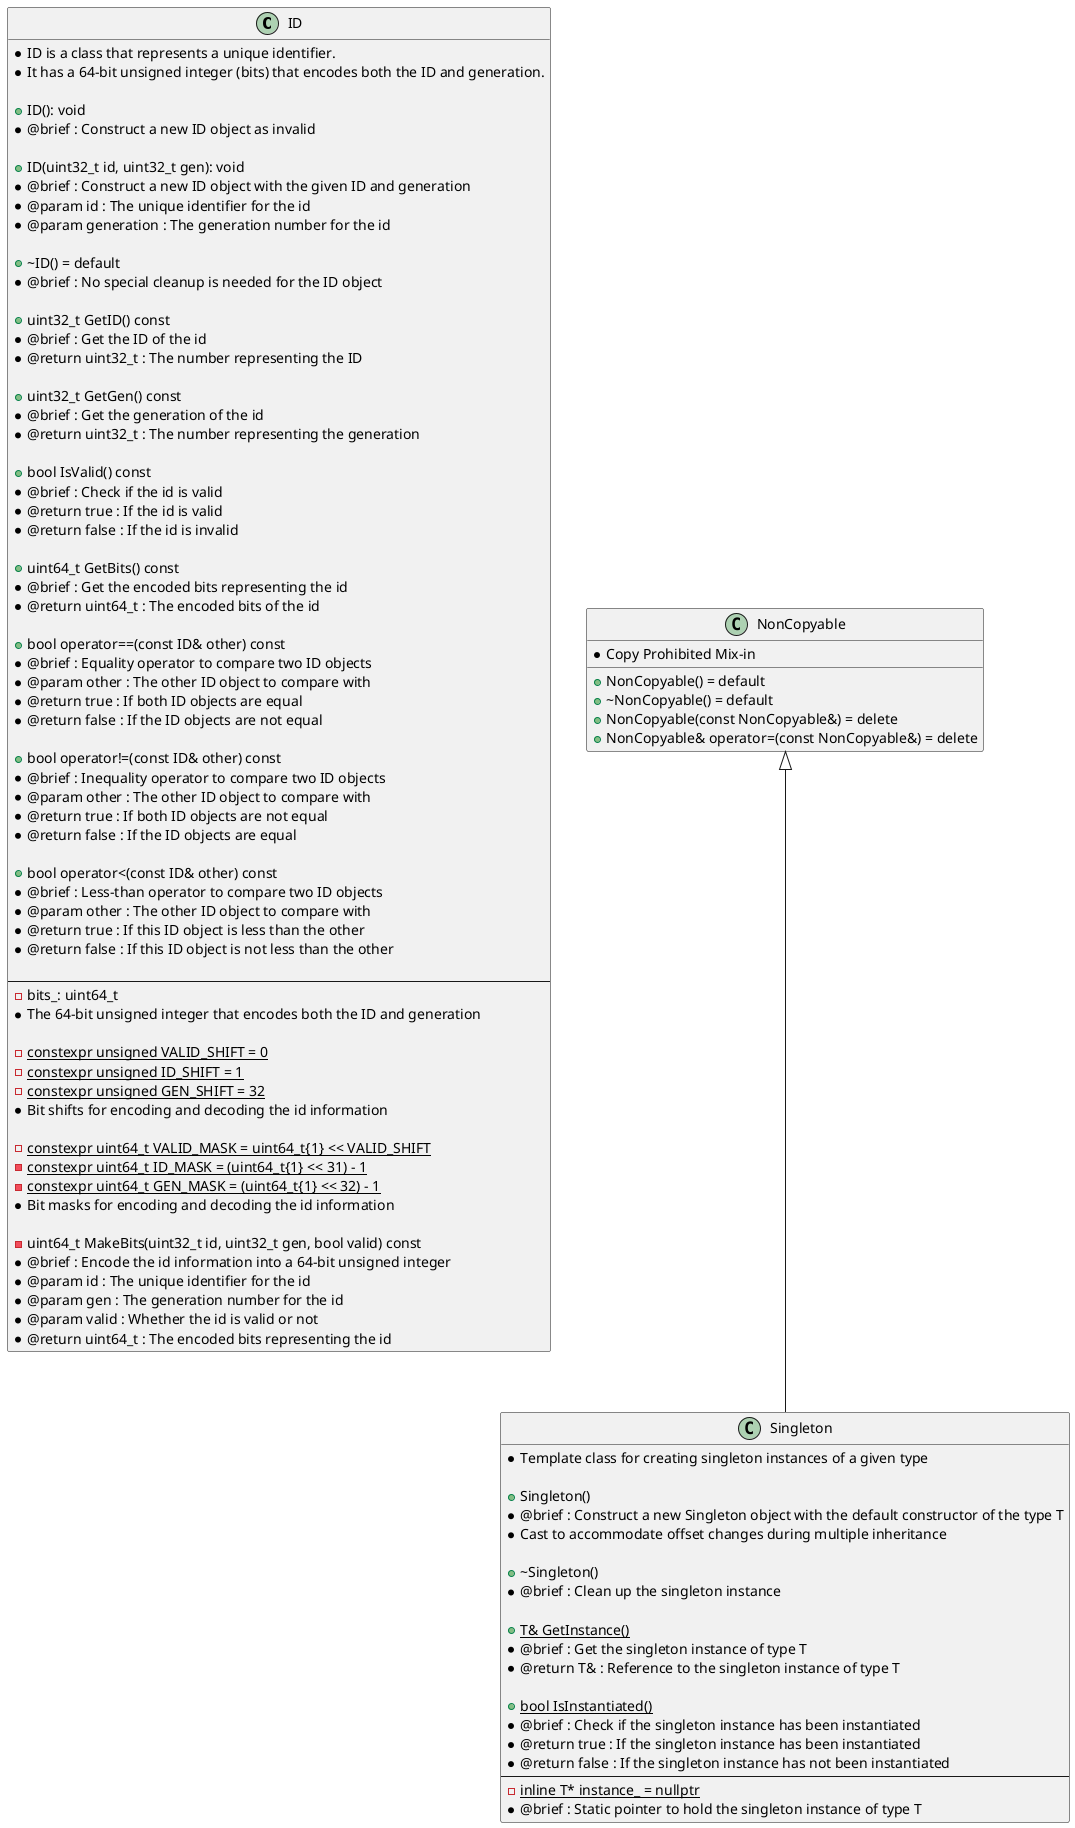
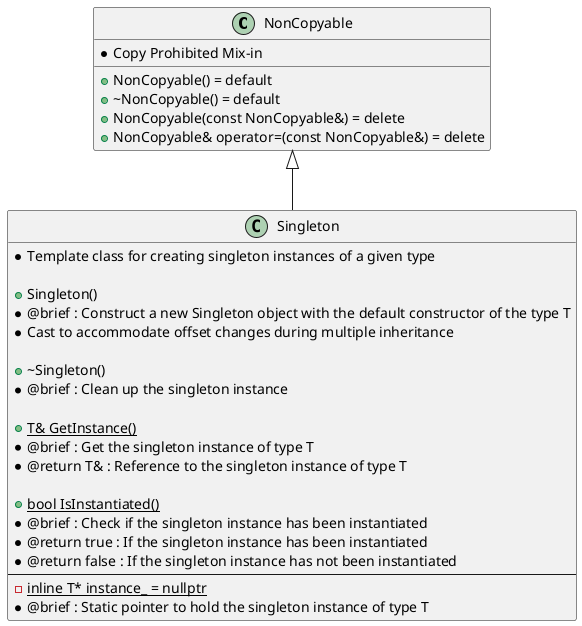
﻿@startuml
- 
- class ID
- {
-      * ID is a class that represents a unique identifier.
-      * It has a 64-bit unsigned integer (bits) that encodes both the ID and generation.
- 
-     + ID(): void
-      * @brief : Construct a new ID object as invalid
- 
-     + ID(uint32_t id, uint32_t gen): void
-      * @brief : Construct a new ID object with the given ID and generation
-      * @param id : The unique identifier for the id
-      * @param generation : The generation number for the id
- 
-     + ~ID() = default
-      * @brief : No special cleanup is needed for the ID object
- 
-     + uint32_t GetID() const
-      * @brief : Get the ID of the id
-      * @return uint32_t : The number representing the ID
- 
-     + uint32_t GetGen() const
-      * @brief : Get the generation of the id
-      * @return uint32_t : The number representing the generation
- 
-     + bool IsValid() const
-      * @brief : Check if the id is valid
-      * @return true : If the id is valid
-      * @return false : If the id is invalid
- 
-     + uint64_t GetBits() const
-      * @brief : Get the encoded bits representing the id
-      * @return uint64_t : The encoded bits of the id
- 
-     + bool operator==(const ID& other) const
-      * @brief : Equality operator to compare two ID objects
-      * @param other : The other ID object to compare with
-      * @return true : If both ID objects are equal
-      * @return false : If the ID objects are not equal
- 
-     + bool operator!=(const ID& other) const
-      * @brief : Inequality operator to compare two ID objects
-      * @param other : The other ID object to compare with
-      * @return true : If both ID objects are not equal
-      * @return false : If the ID objects are equal
- 
-     + bool operator<(const ID& other) const
-      * @brief : Less-than operator to compare two ID objects
-      * @param other : The other ID object to compare with
-      * @return true : If this ID object is less than the other
-      * @return false : If this ID object is not less than the other
- 
-     ---
-     - bits_: uint64_t
-      * The 64-bit unsigned integer that encodes both the ID and generation
- 
-     {static} - constexpr unsigned VALID_SHIFT = 0
-     {static} - constexpr unsigned ID_SHIFT = 1
-     {static} - constexpr unsigned GEN_SHIFT = 32
-      * Bit shifts for encoding and decoding the id information
- 
-     {static} - constexpr uint64_t VALID_MASK = uint64_t{1} << VALID_SHIFT
-     {static} - constexpr uint64_t ID_MASK = (uint64_t{1} << 31) - 1
-     {static} - constexpr uint64_t GEN_MASK = (uint64_t{1} << 32) - 1
-      * Bit masks for encoding and decoding the id information
- 
-     - uint64_t MakeBits(uint32_t id, uint32_t gen, bool valid) const
-      * @brief : Encode the id information into a 64-bit unsigned integer
-      * @param id : The unique identifier for the id
-      * @param gen : The generation number for the id
-      * @param valid : Whether the id is valid or not
-      * @return uint64_t : The encoded bits representing the id
- }

class NonCopyable
{
    * Copy Prohibited Mix-in

    + NonCopyable() = default
    + ~NonCopyable() = default
    + NonCopyable(const NonCopyable&) = delete
    + NonCopyable& operator=(const NonCopyable&) = delete
}

class Singleton
{
    * Template class for creating singleton instances of a given type

    + Singleton()
     * @brief : Construct a new Singleton object with the default constructor of the type T
     * Cast to accommodate offset changes during multiple inheritance

    + ~Singleton()
     * @brief : Clean up the singleton instance

    + {static} T& GetInstance()
     * @brief : Get the singleton instance of type T
     * @return T& : Reference to the singleton instance of type T

    + {static} bool IsInstantiated()
     * @brief : Check if the singleton instance has been instantiated
     * @return true : If the singleton instance has been instantiated
     * @return false : If the singleton instance has not been instantiated
    ---
    - {static} inline T* instance_ = nullptr
     * @brief : Static pointer to hold the singleton instance of type T
}
NonCopyable <|-- Singleton

@enduml